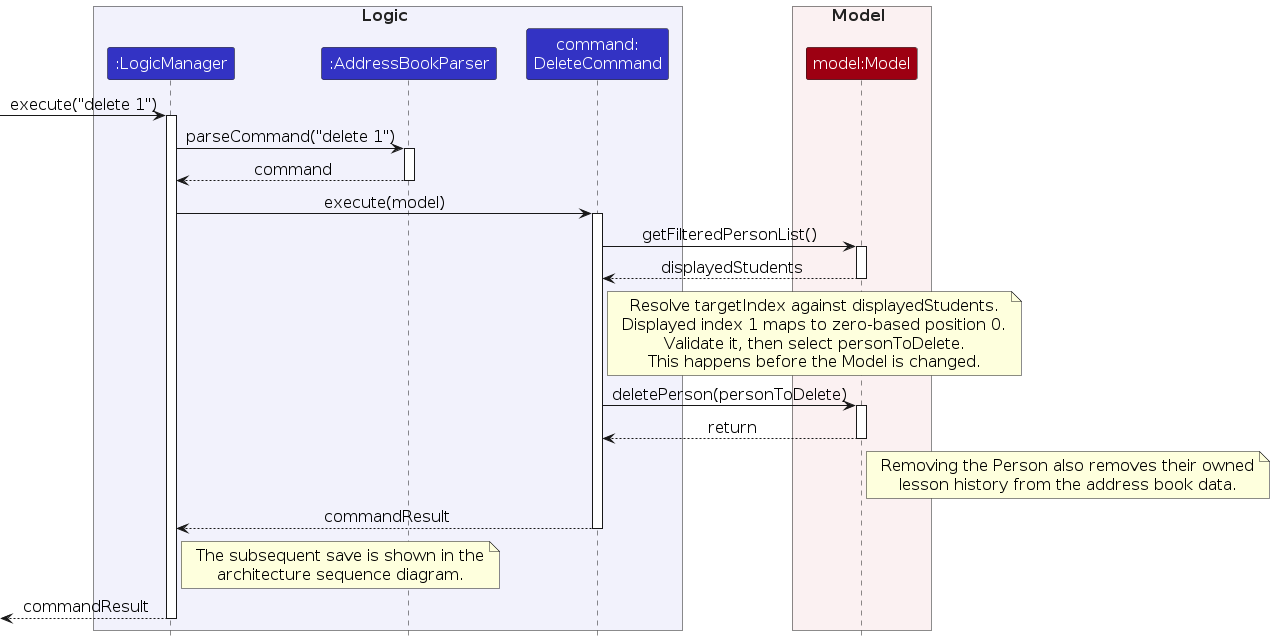
The PlantUML diagram diagrams/DeleteStudentSequenceDiagram.png in AY2627S1-CS2103T-T11-1/tp, before a commit. Its source is kept beside it as diagrams/DeleteStudentSequenceDiagram.puml.
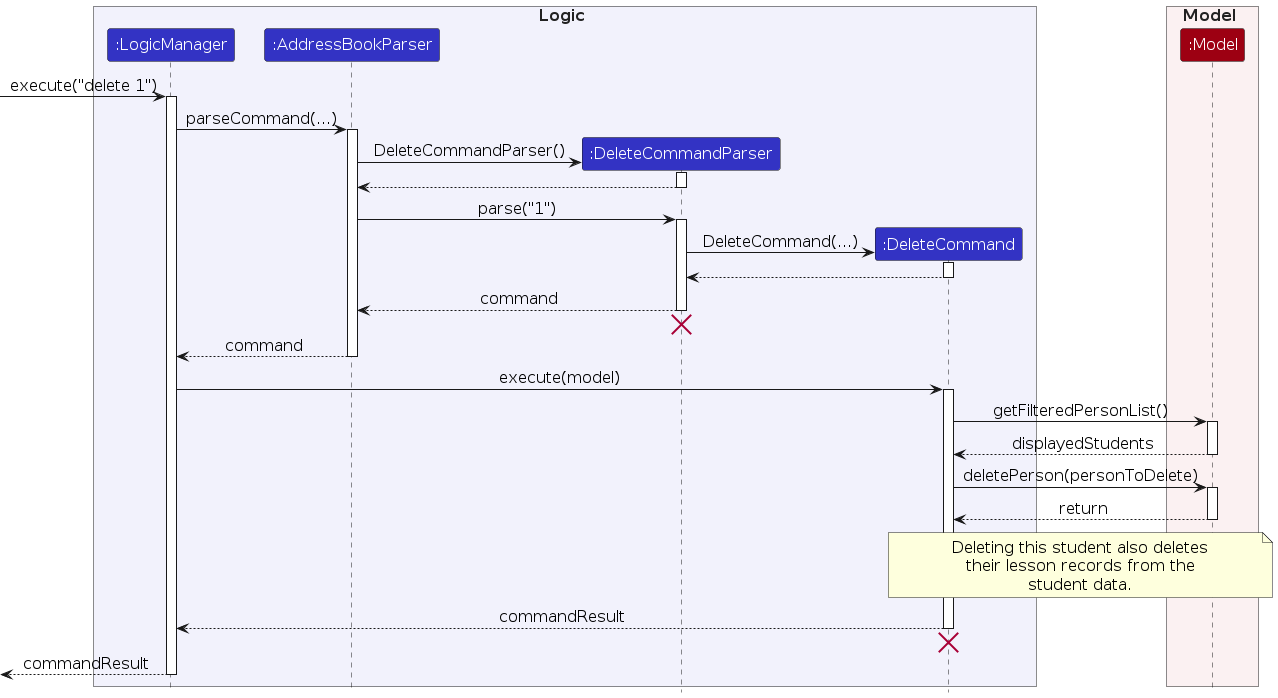
Later version of the same file.

Diff of the diagram source:
```diff
@@ -8,18 +8,40 @@
 box Logic #F2F2FC
     participant ":LogicManager" as logicManager LOGIC_COLOR
     participant ":AddressBookParser" as addressBookParser LOGIC_COLOR
-    participant "command:\nDeleteCommand" as command LOGIC_COLOR
+    participant ":DeleteCommandParser" as parser LOGIC_COLOR
+    participant ":DeleteCommand" as command LOGIC_COLOR
 end box
 
 box Model #FBF1F2
-    participant "model:Model" as model MODEL_COLOR
+    participant ":Model" as model MODEL_COLOR
 end box
 
 [-> logicManager : execute("delete 1")
 activate logicManager
 
-logicManager -> addressBookParser : parseCommand("delete 1")
+logicManager -> addressBookParser : parseCommand(...)
 activate addressBookParser
+
+create parser
+addressBookParser -> parser : DeleteCommandParser()
+activate parser
+parser --> addressBookParser
+deactivate parser
+
+addressBookParser -> parser : parse("1")
+activate parser
+
+create command
+parser -> command : DeleteCommand(...)
+activate command
+command --> parser
+deactivate command
+
+parser --> addressBookParser : command
+deactivate parser
+parser -[hidden]-> addressBookParser
+destroy parser
+
 addressBookParser --> logicManager : command
 deactivate addressBookParser
 
@@ -30,30 +52,21 @@
 model --> command : displayedStudents
 deactivate model
 
-note right of command
-  Resolve targetIndex against displayedStudents.
-  Displayed index 1 maps to zero-based position 0.
-  Validate it, then select personToDelete.
-  This happens before the Model is changed.
-end note
-
 command -> model : deletePerson(personToDelete)
 activate model
 model --> command : return
 deactivate model
 
-note right of model
-  Removing the Person also removes their owned
-  lesson history from the address book data.
+note over command, model
+  Deleting this student also deletes
+  their lesson records from the
+  student data.
 end note
 
 command --> logicManager : commandResult
 deactivate command
-
-note right of logicManager
-  The subsequent save is shown in the
-  architecture sequence diagram.
-end note
+command -[hidden]-> logicManager
+destroy command
 
 [<-- logicManager : commandResult
 deactivate logicManager
```
